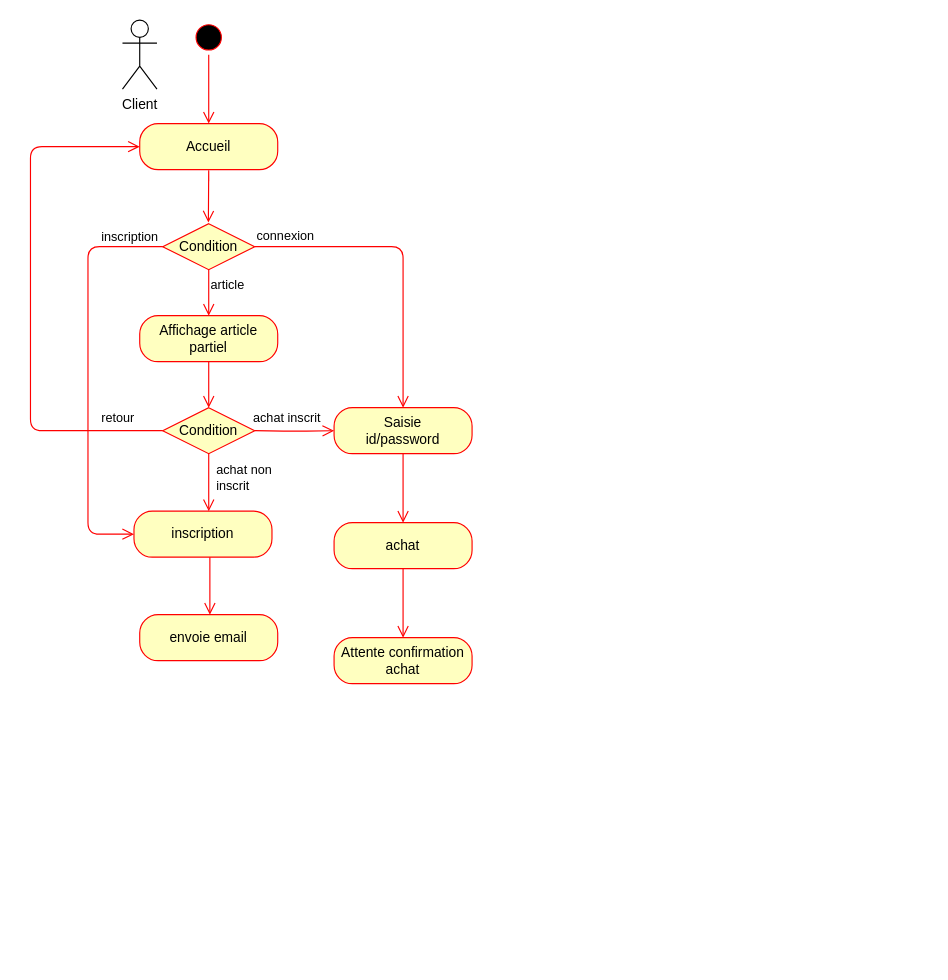
This is diagrams/Activity Diagram.drawio from Wathil/POECNews, a draw.io file, before an edit. Source tidied: cells renumbered, new cells numbered last; positions are measured from the earlier drawing's top-left corner, leaving out a move shared by most shapes. Both pictures are drawn from the tidied source at 115%, with x=0, y=0 at pixel (30, 20).
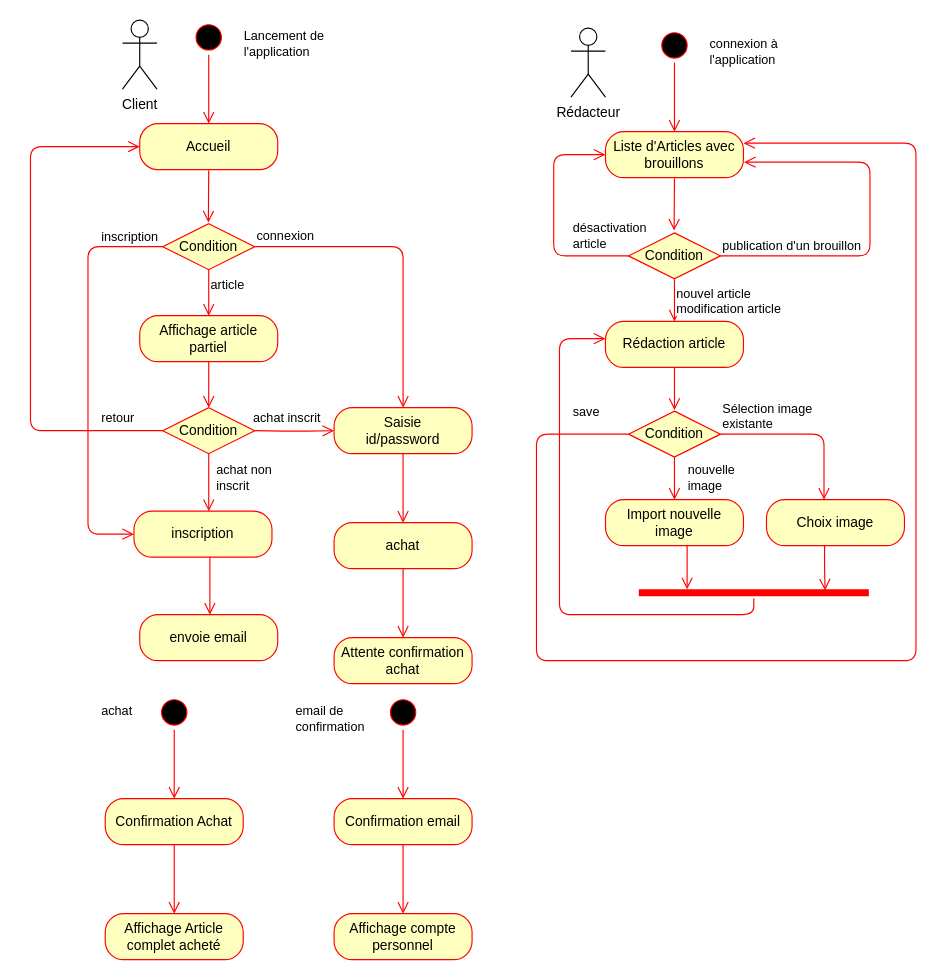
The same page after the edit.

What changed in the source:
```diff
@@
+    <mxCell id="29" style="ellipse;html=1;shape=startState;fillColor=#000000;strokeColor=#ff0000;" parent="1" vertex="1">
+      <mxGeometry x="110" y="587" width="30" height="30" as="geometry" />
+    </mxCell>
+    <mxCell id="30" style="edgeStyle=orthogonalEdgeStyle;html=1;verticalAlign=bottom;endArrow=open;endSize=8;strokeColor=#ff0000;" parent="1" edge="1" source="29">
+      <mxGeometry relative="1" as="geometry">
+        <mxPoint x="125" y="677" as="targetPoint" />
+      </mxGeometry>
+    </mxCell>
+    <mxCell id="31" value="Confirmation Achat" style="rounded=1;whiteSpace=wrap;html=1;arcSize=40;fontColor=#000000;fillColor=#ffffc0;strokeColor=#ff0000;" parent="1" vertex="1">
+      <mxGeometry x="65" y="677" width="120" height="40" as="geometry" />
+    </mxCell>
+    <mxCell id="32" style="edgeStyle=orthogonalEdgeStyle;html=1;verticalAlign=bottom;endArrow=open;endSize=8;strokeColor=#ff0000;exitX=0.5;exitY=1;exitDx=0;exitDy=0;" parent="1" edge="1" source="31">
+      <mxGeometry relative="1" as="geometry">
+        <mxPoint x="125" y="777" as="targetPoint" />
+      </mxGeometry>
+    </mxCell>
+    <mxCell id="33" value="Affichage Article complet acheté" style="rounded=1;whiteSpace=wrap;html=1;arcSize=40;fontColor=#000000;fillColor=#ffffc0;strokeColor=#ff0000;" parent="1" vertex="1">
+      <mxGeometry x="65" y="777" width="120" height="40" as="geometry" />
+    </mxCell>
+    <mxCell id="34" style="ellipse;html=1;shape=startState;fillColor=#000000;strokeColor=#ff0000;" parent="1" vertex="1">
+      <mxGeometry x="309" y="587" width="30" height="30" as="geometry" />
+    </mxCell>
+    <mxCell id="35" style="edgeStyle=orthogonalEdgeStyle;html=1;verticalAlign=bottom;endArrow=open;endSize=8;strokeColor=#ff0000;" parent="1" edge="1" source="34">
+      <mxGeometry relative="1" as="geometry">
+        <mxPoint x="324" y="677" as="targetPoint" />
+      </mxGeometry>
+    </mxCell>
+    <mxCell id="36" value="Confirmation email" style="rounded=1;whiteSpace=wrap;html=1;arcSize=40;fontColor=#000000;fillColor=#ffffc0;strokeColor=#ff0000;" parent="1" vertex="1">
+      <mxGeometry x="264" y="677" width="120" height="40" as="geometry" />
+    </mxCell>
+    <mxCell id="37" style="edgeStyle=orthogonalEdgeStyle;html=1;verticalAlign=bottom;endArrow=open;endSize=8;strokeColor=#ff0000;exitX=0.5;exitY=1;exitDx=0;exitDy=0;" parent="1" edge="1" source="36">
+      <mxGeometry relative="1" as="geometry">
+        <mxPoint x="324" y="777" as="targetPoint" />
+      </mxGeometry>
+    </mxCell>
+    <mxCell id="38" value="Affichage compte personnel" style="rounded=1;whiteSpace=wrap;html=1;arcSize=40;fontColor=#000000;fillColor=#ffffc0;strokeColor=#ff0000;" parent="1" vertex="1">
+      <mxGeometry x="264" y="777" width="120" height="40" as="geometry" />
+    </mxCell>
+    <mxCell id="39" value="&lt;font face=&quot;helvetica&quot;&gt;&lt;span style=&quot;font-size: 11px ; background-color: rgb(255 , 255 , 255)&quot;&gt;Lancement de l'application&lt;/span&gt;&lt;/font&gt;" style="text;whiteSpace=wrap;html=1;" parent="1" vertex="1">
+      <mxGeometry x="184" width="80" height="30" as="geometry" />
+    </mxCell>
+    <mxCell id="40" value="&lt;font face=&quot;helvetica&quot;&gt;&lt;span style=&quot;font-size: 11px ; background-color: rgb(255 , 255 , 255)&quot;&gt;achat&lt;/span&gt;&lt;/font&gt;" style="text;whiteSpace=wrap;html=1;" parent="1" vertex="1">
+      <mxGeometry x="60" y="587" width="40" height="30" as="geometry" />
+    </mxCell>
+    <mxCell id="41" value="&lt;font face=&quot;helvetica&quot;&gt;&lt;span style=&quot;font-size: 11px ; background-color: rgb(255 , 255 , 255)&quot;&gt;email de confirmation&lt;/span&gt;&lt;/font&gt;" style="text;whiteSpace=wrap;html=1;" parent="1" vertex="1">
+      <mxGeometry x="229" y="587" width="80" height="30" as="geometry" />
+    </mxCell>
+    <mxCell id="42" value="Rédacteur" style="shape=umlActor;verticalLabelPosition=bottom;verticalAlign=top;html=1;" parent="1" vertex="1">
+      <mxGeometry x="470" y="7" width="30" height="60" as="geometry" />
+    </mxCell>
+    <mxCell id="43" style="ellipse;html=1;shape=startState;fillColor=#000000;strokeColor=#ff0000;" parent="1" vertex="1">
+      <mxGeometry x="545" y="7" width="30" height="30" as="geometry" />
+    </mxCell>
+    <mxCell id="44" style="edgeStyle=orthogonalEdgeStyle;html=1;verticalAlign=bottom;endArrow=open;endSize=8;strokeColor=#ff0000;" parent="1" edge="1" source="43">
+      <mxGeometry relative="1" as="geometry">
+        <mxPoint x="560" y="97" as="targetPoint" />
+      </mxGeometry>
+    </mxCell>
+    <mxCell id="45" value="Liste d'Articles avec brouillons" style="rounded=1;whiteSpace=wrap;html=1;arcSize=40;fontColor=#000000;fillColor=#ffffc0;strokeColor=#ff0000;" parent="1" vertex="1">
+      <mxGeometry x="500" y="97" width="120" height="40" as="geometry" />
+    </mxCell>
+    <mxCell id="46" value="&lt;font face=&quot;helvetica&quot;&gt;&lt;span style=&quot;font-size: 11px ; background-color: rgb(255 , 255 , 255)&quot;&gt;connexion à l'application&lt;/span&gt;&lt;/font&gt;" style="text;whiteSpace=wrap;html=1;" parent="1" vertex="1">
+      <mxGeometry x="589" y="7" width="80" height="30" as="geometry" />
+    </mxCell>
+    <mxCell id="47" style="edgeStyle=orthogonalEdgeStyle;html=1;verticalAlign=bottom;endArrow=open;endSize=8;strokeColor=#ff0000;" parent="1" edge="1">
+      <mxGeometry relative="1" as="geometry">
+        <mxPoint x="560" y="147" as="sourcePoint" />
+        <mxPoint x="559.7" y="183" as="targetPoint" />
+        <Array as="points">
+          <mxPoint x="560" y="134" />
+          <mxPoint x="560" y="134" />
+        </Array>
+      </mxGeometry>
+    </mxCell>
+    <mxCell id="48" value="Condition" style="rhombus;whiteSpace=wrap;html=1;fillColor=#ffffc0;strokeColor=#ff0000;" parent="1" vertex="1">
+      <mxGeometry x="520" y="185" width="80" height="40" as="geometry" />
+    </mxCell>
+    <mxCell id="49" value="nouvel article&amp;nbsp;&lt;br&gt;modification article" style="edgeStyle=orthogonalEdgeStyle;html=1;align=left;verticalAlign=top;endArrow=open;endSize=8;strokeColor=#ff0000;" parent="1" edge="1" source="48">
+      <mxGeometry x="-1" relative="1" as="geometry">
+        <mxPoint x="560" y="262" as="targetPoint" />
+      </mxGeometry>
+    </mxCell>
+    <mxCell id="50" style="edgeStyle=orthogonalEdgeStyle;html=1;align=left;verticalAlign=bottom;endArrow=open;endSize=8;strokeColor=#ff0000;exitX=0;exitY=0.5;exitDx=0;exitDy=0;entryX=0;entryY=0.5;entryDx=0;entryDy=0;" parent="1" edge="1" target="45">
+      <mxGeometry x="-1" y="-41" relative="1" as="geometry">
+        <mxPoint x="520" y="205" as="sourcePoint" />
+        <Array as="points">
+          <mxPoint x="455" y="205" />
+          <mxPoint x="455" y="117" />
+        </Array>
+        <mxPoint x="40" y="31" as="offset" />
+      </mxGeometry>
+    </mxCell>
+    <mxCell id="51" value="&lt;span style=&quot;color: rgb(0 , 0 , 0) ; font-family: &amp;#34;helvetica&amp;#34; ; font-size: 11px ; font-style: normal ; font-weight: normal ; letter-spacing: normal ; text-align: left ; text-indent: 0px ; text-transform: none ; word-spacing: 0px ; background-color: rgb(255 , 255 , 255) ; text-decoration: none ; display: inline ; float: none&quot;&gt;désactivation&lt;br&gt;article&lt;br&gt;&lt;/span&gt;" style="text;whiteSpace=wrap;html=1;" parent="1" vertex="1">
+      <mxGeometry x="470" y="167" width="50" height="30" as="geometry" />
+    </mxCell>
+    <mxCell id="52" value="Rédaction article" style="rounded=1;whiteSpace=wrap;html=1;arcSize=40;fontColor=#000000;fillColor=#ffffc0;strokeColor=#ff0000;" parent="1" vertex="1">
+      <mxGeometry x="500" y="262" width="120" height="40" as="geometry" />
+    </mxCell>
+    <mxCell id="53" value="publication d'un brouillon" style="edgeStyle=orthogonalEdgeStyle;html=1;align=left;verticalAlign=bottom;endArrow=open;endSize=8;strokeColor=#ff0000;entryX=1.004;entryY=0.663;entryDx=0;entryDy=0;entryPerimeter=0;" parent="1" edge="1" target="45">
+      <mxGeometry x="-1" relative="1" as="geometry">
+        <mxPoint x="600" y="205" as="sourcePoint" />
+        <Array as="points">
+          <mxPoint x="730" y="205" />
+          <mxPoint x="730" y="124" />
+          <mxPoint x="621" y="124" />
+        </Array>
+      </mxGeometry>
+    </mxCell>
+    <mxCell id="54" style="edgeStyle=orthogonalEdgeStyle;html=1;align=left;verticalAlign=top;endArrow=open;endSize=8;strokeColor=#ff0000;" parent="1" edge="1">
+      <mxGeometry x="-0.19" y="20" relative="1" as="geometry">
+        <mxPoint x="560" y="302" as="sourcePoint" />
+        <mxPoint x="560" y="339" as="targetPoint" />
+      </mxGeometry>
+    </mxCell>
+    <mxCell id="55" value="Import nouvelle image" style="rounded=1;whiteSpace=wrap;html=1;arcSize=40;fontColor=#000000;fillColor=#ffffc0;strokeColor=#ff0000;" parent="1" vertex="1">
+      <mxGeometry x="500" y="417" width="120" height="40" as="geometry" />
+    </mxCell>
+    <mxCell id="56" value="Condition" style="rhombus;whiteSpace=wrap;html=1;fillColor=#ffffc0;strokeColor=#ff0000;" parent="1" vertex="1">
+      <mxGeometry x="520" y="340" width="80" height="40" as="geometry" />
+    </mxCell>
+    <mxCell id="57" style="edgeStyle=orthogonalEdgeStyle;html=1;align=left;verticalAlign=top;endArrow=open;endSize=8;strokeColor=#ff0000;" parent="1" edge="1" source="56">
+      <mxGeometry x="1" y="144" relative="1" as="geometry">
+        <mxPoint x="560" y="417" as="targetPoint" />
+        <mxPoint x="-24" y="80" as="offset" />
+      </mxGeometry>
+    </mxCell>
+    <mxCell id="58" value="Sélection image&lt;br&gt;existante" style="edgeStyle=orthogonalEdgeStyle;html=1;align=left;verticalAlign=bottom;endArrow=open;endSize=8;strokeColor=#ff0000;entryX=0.417;entryY=0;entryDx=0;entryDy=0;entryPerimeter=0;" parent="1" edge="1" target="59">
+      <mxGeometry x="-1" relative="1" as="geometry">
+        <mxPoint x="600" y="360" as="sourcePoint" />
+        <Array as="points">
+          <mxPoint x="690" y="360" />
+        </Array>
+      </mxGeometry>
+    </mxCell>
+    <mxCell id="59" value="Choix image" style="rounded=1;whiteSpace=wrap;html=1;arcSize=40;fontColor=#000000;fillColor=#ffffc0;strokeColor=#ff0000;" parent="1" vertex="1">
+      <mxGeometry x="640" y="417" width="120" height="40" as="geometry" />
+    </mxCell>
+    <mxCell id="60" style="shape=line;html=1;strokeWidth=6;strokeColor=#ff0000;" parent="1" vertex="1">
+      <mxGeometry x="529" y="493" width="200" height="10" as="geometry" />
+    </mxCell>
+    <mxCell id="61" style="edgeStyle=orthogonalEdgeStyle;html=1;verticalAlign=bottom;endArrow=open;endSize=8;strokeColor=#ff0000;" parent="1" edge="1" source="60">
+      <mxGeometry relative="1" as="geometry">
+        <mxPoint x="500" y="277" as="targetPoint" />
+        <Array as="points">
+          <mxPoint x="629" y="517" />
+          <mxPoint x="460" y="517" />
+          <mxPoint x="460" y="277" />
+          <mxPoint x="500" y="277" />
+        </Array>
+      </mxGeometry>
+    </mxCell>
+    <mxCell id="62" style="edgeStyle=orthogonalEdgeStyle;html=1;align=left;verticalAlign=top;endArrow=open;endSize=8;strokeColor=#ff0000;" parent="1" edge="1">
+      <mxGeometry x="1" y="144" relative="1" as="geometry">
+        <mxPoint x="571" y="457" as="sourcePoint" />
+        <mxPoint x="571" y="495" as="targetPoint" />
+        <mxPoint x="-24" y="80" as="offset" />
+      </mxGeometry>
+    </mxCell>
+    <mxCell id="63" style="edgeStyle=orthogonalEdgeStyle;html=1;align=left;verticalAlign=top;endArrow=open;endSize=8;strokeColor=#ff0000;exitX=0.421;exitY=1.025;exitDx=0;exitDy=0;exitPerimeter=0;" parent="1" edge="1">
+      <mxGeometry x="1" y="144" relative="1" as="geometry">
+        <mxPoint x="690.5" y="457" as="sourcePoint" />
+        <mxPoint x="691" y="496" as="targetPoint" />
+        <Array as="points">
+          <mxPoint x="691" y="477" />
+          <mxPoint x="691" y="477" />
+        </Array>
+        <mxPoint x="-24" y="80" as="offset" />
+      </mxGeometry>
+    </mxCell>
+    <mxCell id="64" style="edgeStyle=orthogonalEdgeStyle;html=1;align=left;verticalAlign=bottom;endArrow=open;endSize=8;strokeColor=#ff0000;exitX=0;exitY=0.5;exitDx=0;exitDy=0;" parent="1" edge="1">
+      <mxGeometry x="-1" y="-41" relative="1" as="geometry">
+        <mxPoint x="520" y="360" as="sourcePoint" />
+        <mxPoint x="620" y="107" as="targetPoint" />
+        <Array as="points">
+          <mxPoint x="440" y="360" />
+          <mxPoint x="440" y="557" />
+          <mxPoint x="770" y="557" />
+          <mxPoint x="770" y="107" />
+          <mxPoint x="620" y="107" />
+        </Array>
+        <mxPoint x="40" y="31" as="offset" />
+      </mxGeometry>
+    </mxCell>
+    <mxCell id="65" value="&lt;font face=&quot;helvetica&quot;&gt;&lt;span style=&quot;font-size: 11px ; background-color: rgb(255 , 255 , 255)&quot;&gt;nouvelle&lt;br&gt;image&lt;br&gt;&lt;/span&gt;&lt;/font&gt;" style="text;whiteSpace=wrap;html=1;" parent="1" vertex="1">
+      <mxGeometry x="570" y="377" width="80" height="30" as="geometry" />
+    </mxCell>
+    <mxCell id="66" value="&lt;font face=&quot;helvetica&quot;&gt;&lt;span style=&quot;font-size: 11px ; background-color: rgb(255 , 255 , 255)&quot;&gt;save&lt;br&gt;&lt;/span&gt;&lt;/font&gt;" style="text;whiteSpace=wrap;html=1;" parent="1" vertex="1">
+      <mxGeometry x="470" y="327" width="80" height="30" as="geometry" />
+    </mxCell>
```
